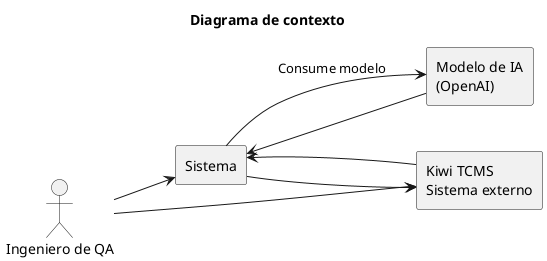
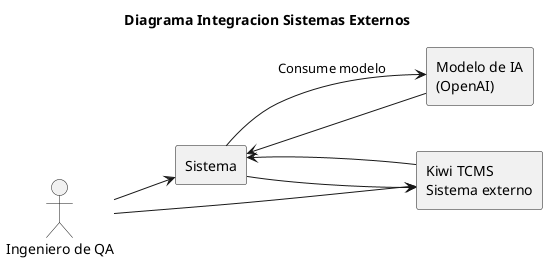
@startuml
left to right direction
- title Diagrama de contexto
+ title Diagrama Integracion Sistemas Externos

actor "Ingeniero de QA" as QA

rectangle "Sistema" as SISTEMA
rectangle "Modelo de IA\n(OpenAI)" as MODELO
rectangle "Kiwi TCMS\nSistema externo" as KIWI

QA --> SISTEMA
QA --> KIWI
MODELO --> SISTEMA
SISTEMA --> MODELO : Consume modelo
SISTEMA --> KIWI
KIWI --> SISTEMA
@enduml